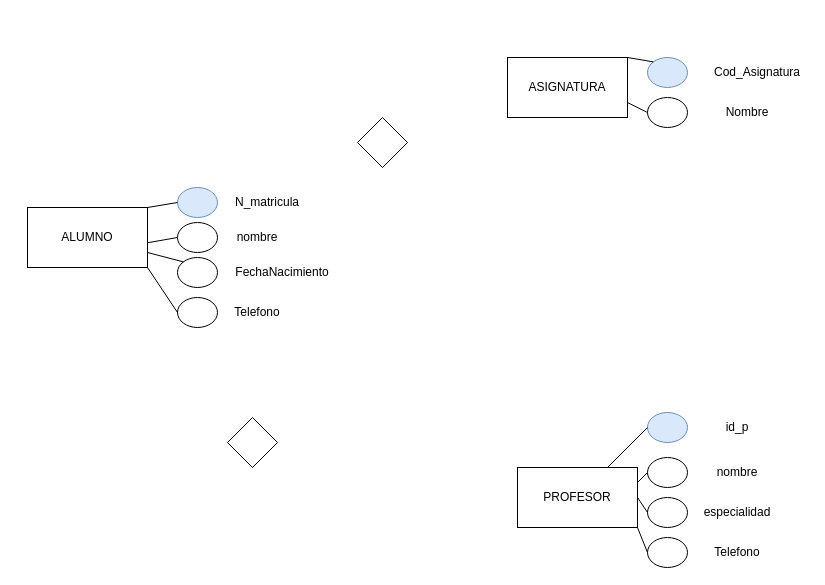
Baut1574/HyperBlog keeps this draw.io diagram as Diagrama sin título.drawio. Above is the earlier version. Source tidied: cells renumbered, new cells numbered last; positions are measured from the earlier drawing's top-left corner, leaving out a move shared by most shapes. Both pictures are drawn from the tidied source at 100%, with x=0, y=0 at pixel (27, 57).
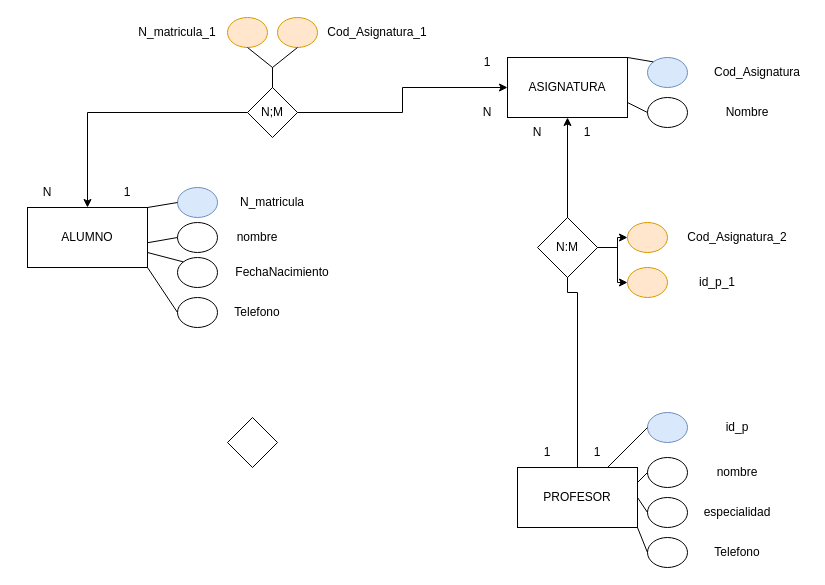
The same page after the edit.

Unchanged cells that the change refers to:
```xml
<mxCell id="2" value="ASIGNATURA" style="rounded=0;whiteSpace=wrap;html=1;" parent="1" vertex="1">
  <mxGeometry x="480" width="120" height="60" as="geometry" />
</mxCell>
<mxCell id="3" value="ALUMNO" style="rounded=0;whiteSpace=wrap;html=1;" parent="1" vertex="1">
  <mxGeometry y="150" width="120" height="60" as="geometry" />
</mxCell>
<mxCell id="4" value="PROFESOR&lt;br&gt;" style="rounded=0;whiteSpace=wrap;html=1;" parent="1" vertex="1">
  <mxGeometry x="490" y="410" width="120" height="60" as="geometry" />
</mxCell>
```

What changed in the source:
```diff
@@
+    <mxCell id="37" style="edgeStyle=orthogonalEdgeStyle;rounded=0;jettySize=auto;html=1;entryX=0.5;entryY=1;entryDx=0;entryDy=0;" parent="1" edge="1" source="4" target="2">
+      <mxGeometry relative="1" as="geometry" />
+    </mxCell>
@@
-    <mxCell id="6" style="rhombus;whiteSpace=wrap;html=1;" parent="1" vertex="1">
-      <mxGeometry x="330" y="60" width="50" height="50" as="geometry" />
-    </mxCell>
@@
-    <mxCell id="11" value="N_matricula" style="text;html=1;strokeColor=none;fillColor=none;align=center;verticalAlign=middle;whiteSpace=wrap;rounded=0;" parent="1" vertex="1">
-      <mxGeometry x="210" y="130" width="60" height="30" as="geometry" />
+    <mxCell id="11" value="N_matricula_1" style="text;html=1;strokeColor=none;fillColor=none;align=center;verticalAlign=middle;whiteSpace=wrap;rounded=0;" parent="1" vertex="1">
+      <mxGeometry x="120" y="-40" width="60" height="30" as="geometry" />
     </mxCell>
@@
-    <mxCell id="17" value="Cod_Asignatura" style="text;html=1;strokeColor=none;fillColor=none;align=center;verticalAlign=middle;whiteSpace=wrap;rounded=0;" parent="1" vertex="1">
-      <mxGeometry x="680" width="100" height="30" as="geometry" />
-    </mxCell>
@@
+    <mxCell id="38" value="1" style="text;html=1;strokeColor=none;fillColor=none;align=center;verticalAlign=middle;whiteSpace=wrap;rounded=0;" parent="1" vertex="1">
+      <mxGeometry x="70" y="120" width="60" height="30" as="geometry" />
+    </mxCell>
+    <mxCell id="39" value="N" style="text;html=1;strokeColor=none;fillColor=none;align=center;verticalAlign=middle;whiteSpace=wrap;rounded=0;" parent="1" vertex="1">
+      <mxGeometry x="430" y="40" width="60" height="30" as="geometry" />
+    </mxCell>
+    <mxCell id="40" value="1" style="text;html=1;strokeColor=none;fillColor=none;align=center;verticalAlign=middle;whiteSpace=wrap;rounded=0;" parent="1" vertex="1">
+      <mxGeometry x="430" y="-10" width="60" height="30" as="geometry" />
+    </mxCell>
+    <mxCell id="41" value="N" style="text;html=1;strokeColor=none;fillColor=none;align=center;verticalAlign=middle;whiteSpace=wrap;rounded=0;" parent="1" vertex="1">
+      <mxGeometry x="-10" y="120" width="60" height="30" as="geometry" />
+    </mxCell>
+    <mxCell id="42" style="edgeStyle=orthogonalEdgeStyle;rounded=0;jettySize=auto;html=1;entryX=0.5;entryY=0;entryDx=0;entryDy=0;" parent="1" edge="1" source="6" target="3">
+      <mxGeometry relative="1" as="geometry" />
+    </mxCell>
+    <mxCell id="43" style="edgeStyle=orthogonalEdgeStyle;rounded=0;jettySize=auto;html=1;entryX=0;entryY=0.5;entryDx=0;entryDy=0;" parent="1" edge="1" source="6" target="2">
+      <mxGeometry relative="1" as="geometry" />
+    </mxCell>
+    <mxCell id="6" value="N;M" style="rhombus;whiteSpace=wrap;html=1;" parent="1" vertex="1">
+      <mxGeometry x="220" y="30" width="50" height="50" as="geometry" />
+    </mxCell>
+    <mxCell id="44" style="ellipse;whiteSpace=wrap;html=1;fillStyle=auto;fillColor=#ffe6cc;strokeColor=#d79b00;" parent="1" vertex="1">
+      <mxGeometry x="200" y="-40" width="40" height="30" as="geometry" />
+    </mxCell>
+    <mxCell id="45" style="ellipse;whiteSpace=wrap;html=1;fillColor=#ffe6cc;strokeColor=#d79b00;" parent="1" vertex="1">
+      <mxGeometry x="250" y="-40" width="40" height="30" as="geometry" />
+    </mxCell>
+    <mxCell id="46" style="endArrow=none;html=1;rounded=0;exitX=0.5;exitY=0;exitDx=0;exitDy=0;entryX=0.5;entryY=1;entryDx=0;entryDy=0;" parent="1" edge="1" source="6" target="44">
+      <mxGeometry relative="1" as="geometry">
+        <Array as="points">
+          <mxPoint x="245" y="10" />
+        </Array>
+      </mxGeometry>
+    </mxCell>
+    <mxCell id="47" style="endArrow=none;html=1;rounded=0;exitX=0.5;exitY=0;exitDx=0;exitDy=0;entryX=0.5;entryY=1;entryDx=0;entryDy=0;" parent="1" edge="1" source="6" target="45">
+      <mxGeometry relative="1" as="geometry">
+        <Array as="points">
+          <mxPoint x="245" y="10" />
+        </Array>
+      </mxGeometry>
+    </mxCell>
+    <mxCell id="48" value="N_matricula" style="text;html=1;strokeColor=none;fillColor=none;align=center;verticalAlign=middle;whiteSpace=wrap;rounded=0;" parent="1" vertex="1">
+      <mxGeometry x="215" y="130" width="60" height="30" as="geometry" />
+    </mxCell>
+    <mxCell id="49" value="Cod_Asignatura_1" style="text;html=1;strokeColor=none;fillColor=none;align=center;verticalAlign=middle;whiteSpace=wrap;rounded=0;" parent="1" vertex="1">
+      <mxGeometry x="300" y="-40" width="100" height="30" as="geometry" />
+    </mxCell>
+    <mxCell id="50" style="edgeStyle=orthogonalEdgeStyle;rounded=0;jettySize=auto;html=1;entryX=0;entryY=0.5;entryDx=0;entryDy=0;" parent="1" edge="1" source="52" target="57">
+      <mxGeometry relative="1" as="geometry" />
+    </mxCell>
+    <mxCell id="51" style="edgeStyle=orthogonalEdgeStyle;rounded=0;jettySize=auto;html=1;" parent="1" edge="1" source="52" target="60">
+      <mxGeometry relative="1" as="geometry" />
+    </mxCell>
+    <mxCell id="52" value="N:M" style="rhombus;whiteSpace=wrap;html=1;" parent="1" vertex="1">
+      <mxGeometry x="510" y="160" width="60" height="60" as="geometry" />
+    </mxCell>
+    <mxCell id="53" value="1" style="text;html=1;strokeColor=none;fillColor=none;align=center;verticalAlign=middle;whiteSpace=wrap;rounded=0;" parent="1" vertex="1">
+      <mxGeometry x="540" y="380" width="60" height="30" as="geometry" />
+    </mxCell>
+    <mxCell id="54" value="1" style="text;html=1;strokeColor=none;fillColor=none;align=center;verticalAlign=middle;whiteSpace=wrap;rounded=0;" parent="1" vertex="1">
+      <mxGeometry x="530" y="60" width="60" height="30" as="geometry" />
+    </mxCell>
+    <mxCell id="55" value="N" style="text;html=1;strokeColor=none;fillColor=none;align=center;verticalAlign=middle;whiteSpace=wrap;rounded=0;" parent="1" vertex="1">
+      <mxGeometry x="480" y="60" width="60" height="30" as="geometry" />
+    </mxCell>
+    <mxCell id="56" value="1" style="text;html=1;strokeColor=none;fillColor=none;align=center;verticalAlign=middle;whiteSpace=wrap;rounded=0;" parent="1" vertex="1">
+      <mxGeometry x="490" y="380" width="60" height="30" as="geometry" />
+    </mxCell>
+    <mxCell id="17" value="Cod_Asignatura" style="text;html=1;strokeColor=none;fillColor=none;align=center;verticalAlign=middle;whiteSpace=wrap;rounded=0;" parent="1" vertex="1">
+      <mxGeometry x="680" width="100" height="30" as="geometry" />
+    </mxCell>
+    <mxCell id="57" style="ellipse;whiteSpace=wrap;html=1;fillColor=#ffe6cc;strokeColor=#d79b00;" parent="1" vertex="1">
+      <mxGeometry x="600" y="165" width="40" height="30" as="geometry" />
+    </mxCell>
+    <mxCell id="58" value="Cod_Asignatura_2" style="text;html=1;strokeColor=none;fillColor=none;align=center;verticalAlign=middle;whiteSpace=wrap;rounded=0;" parent="1" vertex="1">
+      <mxGeometry x="660" y="165" width="100" height="30" as="geometry" />
+    </mxCell>
+    <mxCell id="59" value="id_p_1" style="text;html=1;strokeColor=none;fillColor=none;align=center;verticalAlign=middle;whiteSpace=wrap;rounded=0;" parent="1" vertex="1">
+      <mxGeometry x="660" y="210" width="60" height="30" as="geometry" />
+    </mxCell>
+    <mxCell id="60" style="ellipse;whiteSpace=wrap;html=1;fillColor=#ffe6cc;strokeColor=#d79b00;" parent="1" vertex="1">
+      <mxGeometry x="600" y="210" width="40" height="30" as="geometry" />
+    </mxCell>
```
